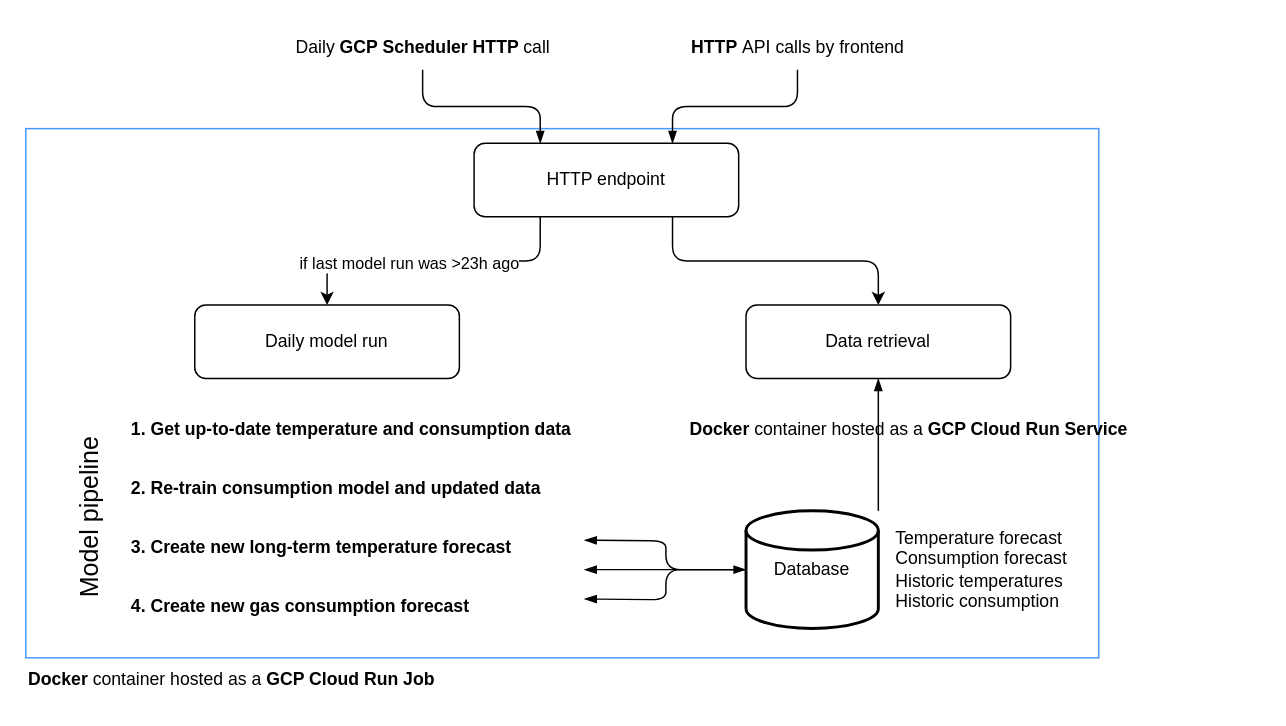
Before: diagrams/backend_architecture.drawio in f-linus/natural_gas_consumption_modelling, a draw.io diagram. Source tidied: cells renumbered, new cells numbered last; positions are measured from the earlier drawing's top-left corner, leaving out a move shared by most shapes. Both pictures are drawn from the tidied source at 147%, with x=0, y=0 at pixel (-4, 25).
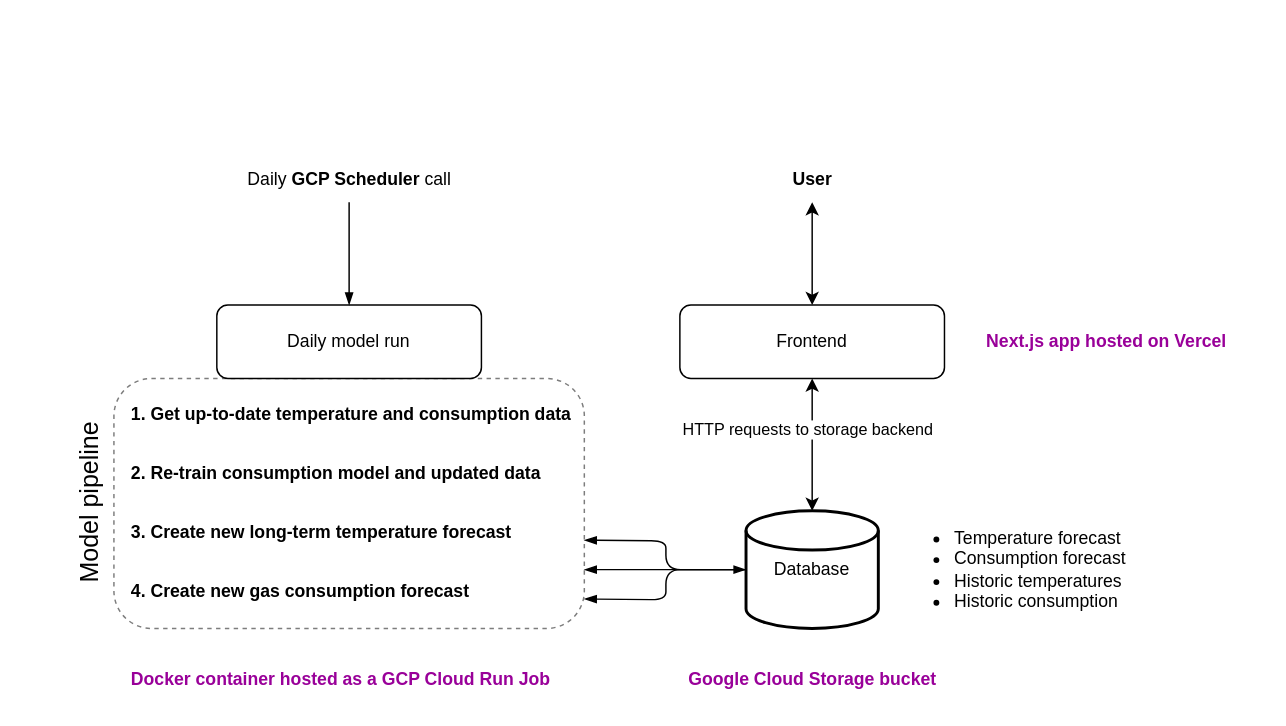
The same page after the edit.

Commit message (it also covers changes not shown here):
Updated architecture diagram

The edit, as a diff of the source:
```diff
@@
-    <mxCell id="2" style="rounded=0;whiteSpace=wrap;html=1;strokeWidth=1;fontSize=12;strokeColor=#4797FF;fillColor=none;" parent="1" vertex="1">
-      <mxGeometry x="20" y="70" width="730" height="360" as="geometry" />
-    </mxCell>
+    <mxCell id="27" style="whiteSpace=wrap;html=1;rounded=1;fontSize=11;fillColor=none;dashed=1;strokeColor=#7D7D7D;" parent="1" vertex="1">
+      <mxGeometry x="80" y="240" width="320" height="170" as="geometry" />
+    </mxCell>
     <mxCell id="3" value="&lt;font size=&quot;1&quot; style=&quot;&quot;&gt;&lt;span style=&quot;font-size: 17px;&quot;&gt;Model pipeline&lt;/span&gt;&lt;/font&gt;" style="text;html=1;align=center;verticalAlign=middle;strokeColor=none;fillColor=none;rotation=270;" parent="1" vertex="1">
-      <mxGeometry y="320" width="130" height="30" as="geometry" />
+      <mxGeometry y="310" width="130" height="30" as="geometry" />
     </mxCell>
     <mxCell id="4" value="&lt;span style=&quot;font-size: 12px;&quot;&gt;Daily model run&lt;/span&gt;" style="whiteSpace=wrap;html=1;rounded=1;fontSize=11;" parent="1" vertex="1">
-      <mxGeometry x="135" y="190" width="180" height="50" as="geometry" />
+      <mxGeometry x="150" y="190" width="180" height="50" as="geometry" />
     </mxCell>
     <mxCell id="5" value="&lt;b&gt;1. Get up-to-date temperature and consumption data&lt;/b&gt;" style="text;html=1;align=left;verticalAlign=middle;strokeColor=none;fillColor=none;fontSize=12;" parent="1" vertex="1">
-      <mxGeometry x="90" y="260" width="320" height="30" as="geometry" />
+      <mxGeometry x="90" y="250" width="320" height="30" as="geometry" />
     </mxCell>
     <mxCell id="6" value="&lt;b&gt;2. Re-train consumption model and updated data&lt;/b&gt;" style="text;html=1;align=left;verticalAlign=middle;strokeColor=none;fillColor=none;fontSize=12;" parent="1" vertex="1">
-      <mxGeometry x="90" y="300" width="300" height="30" as="geometry" />
+      <mxGeometry x="90" y="290" width="300" height="30" as="geometry" />
     </mxCell>
     <mxCell id="7" value="&lt;b&gt;3. Create new long-term temperature forecast&lt;/b&gt;" style="text;html=1;align=left;verticalAlign=middle;strokeColor=none;fillColor=none;fontSize=12;" parent="1" vertex="1">
-      <mxGeometry x="90" y="340" width="280" height="30" as="geometry" />
+      <mxGeometry x="90" y="330" width="280" height="30" as="geometry" />
     </mxCell>
     <mxCell id="8" value="&lt;b&gt;4. Create new gas consumption forecast&lt;/b&gt;" style="text;html=1;align=left;verticalAlign=middle;strokeColor=none;fillColor=none;fontSize=12;" parent="1" vertex="1">
-      <mxGeometry x="90" y="380" width="250" height="30" as="geometry" />
+      <mxGeometry x="90" y="370" width="250" height="30" as="geometry" />
     </mxCell>
+    <mxCell id="28" style="edgeStyle=orthogonalEdgeStyle;html=1;exitX=0.5;exitY=1;exitDx=0;exitDy=0;entryX=0.5;entryY=0;entryDx=0;entryDy=0;entryPerimeter=0;fontColor=#990099;startArrow=classic;startFill=1;" parent="1" edge="1" source="9" target="11">
+      <mxGeometry relative="1" as="geometry" />
+    </mxCell>
+    <mxCell id="29" value="&lt;font color=&quot;#000000&quot;&gt;HTTP requests to storage backend&lt;/font&gt;" style="edgeLabel;html=1;align=center;verticalAlign=middle;fontColor=#990099;" parent="28" vertex="1">
+      <mxGeometry x="-0.24" y="-4" relative="1" as="geometry" />
+    </mxCell>
+    <mxCell id="30" style="edgeStyle=orthogonalEdgeStyle;html=1;exitX=0.5;exitY=0;exitDx=0;exitDy=0;fontColor=#990099;startArrow=classic;startFill=1;" parent="1" edge="1" source="9" target="20">
+      <mxGeometry relative="1" as="geometry" />
+    </mxCell>
-    <mxCell id="9" value="&lt;span style=&quot;font-size: 12px;&quot;&gt;Data retrieval&lt;/span&gt;" style="whiteSpace=wrap;html=1;rounded=1;fontSize=11;strokeWidth=1;" parent="1" vertex="1">
-      <mxGeometry x="510" y="190" width="180" height="50" as="geometry" />
+    <mxCell id="9" value="&lt;span style=&quot;font-size: 12px;&quot;&gt;Frontend&lt;/span&gt;" style="whiteSpace=wrap;html=1;rounded=1;fontSize=11;strokeWidth=1;" parent="1" vertex="1">
+      <mxGeometry x="465" y="190" width="180" height="50" as="geometry" />
     </mxCell>
-    <mxCell id="10" style="group;" parent="1" vertex="1">
-      <mxGeometry x="510" y="330" width="350" height="100" as="geometry" />
-    </mxCell>
-    <mxCell id="11" value="Database" style="strokeWidth=2;html=1;shape=mxgraph.flowchart.database;whiteSpace=wrap;" parent="10" vertex="1">
-      <mxGeometry width="90" height="80" as="geometry" />
-    </mxCell>
-    <mxCell id="12" value="Temperature forecast&lt;br&gt;Consumption forecast&lt;br&gt;Historic temperatures&lt;br&gt;Historic consumption" style="text;html=1;align=left;verticalAlign=middle;strokeColor=none;fillColor=none;" parent="10" vertex="1">
-      <mxGeometry x="100" y="5" width="140" height="70" as="geometry" />
-    </mxCell>
-    <mxCell id="13" style="edgeStyle=orthogonalEdgeStyle;html=1;strokeWidth=1;fontSize=12;endSize=6;startSize=6;jumpSize=1;endArrow=blockThin;endFill=1;" parent="1" edge="1" source="11" target="9">
-      <mxGeometry relative="1" as="geometry">
-        <Array as="points">
-          <mxPoint x="600" y="280" />
-          <mxPoint x="600" y="280" />
-        </Array>
-      </mxGeometry>
-    </mxCell>
@@
-    <mxCell id="17" style="edgeStyle=orthogonalEdgeStyle;html=1;endArrow=blockThin;endFill=1;entryX=0.25;entryY=0;entryDx=0;entryDy=0;" parent="1" edge="1" source="18" target="26">
+    <mxCell id="17" style="edgeStyle=orthogonalEdgeStyle;html=1;endArrow=blockThin;endFill=1;entryX=0.5;entryY=0;entryDx=0;entryDy=0;" parent="1" edge="1" source="18" target="4">
       <mxGeometry relative="1" as="geometry" />
     </mxCell>
-    <mxCell id="18" value="Daily&lt;b&gt; GCP Scheduler HTTP &lt;/b&gt;call" style="text;html=1;align=center;verticalAlign=middle;points=[];strokeColor=none;fillColor=none;" parent="1" vertex="1">
-      <mxGeometry x="190" width="200" height="30" as="geometry" />
+    <mxCell id="18" value="Daily&lt;b&gt; GCP Scheduler &lt;/b&gt;call" style="text;html=1;align=center;verticalAlign=middle;points=[];strokeColor=none;fillColor=none;" parent="1" vertex="1">
+      <mxGeometry x="160" y="90" width="160" height="30" as="geometry" />
     </mxCell>
-    <mxCell id="19" style="edgeStyle=orthogonalEdgeStyle;html=1;endArrow=blockThin;endFill=1;entryX=0.75;entryY=0;entryDx=0;entryDy=0;" parent="1" edge="1" source="20" target="26">
-      <mxGeometry relative="1" as="geometry" />
-    </mxCell>
-    <mxCell id="20" value="&lt;b&gt;HTTP&amp;nbsp;&lt;/b&gt;API calls by frontend" style="text;html=1;align=center;verticalAlign=middle;points=[];strokeColor=none;fillColor=none;" parent="1" vertex="1">
-      <mxGeometry x="460" width="170" height="30" as="geometry" />
+    <mxCell id="20" value="&lt;b&gt;User&lt;/b&gt;" style="text;html=1;align=center;verticalAlign=middle;points=[];strokeColor=none;fillColor=none;" parent="1" vertex="1">
+      <mxGeometry x="530" y="90" width="50" height="30" as="geometry" />
     </mxCell>
-    <mxCell id="21" value="&lt;b&gt;Docker&lt;/b&gt; container hosted as a &lt;b&gt;GCP Cloud Run Job&lt;/b&gt;" style="text;html=1;strokeColor=none;fillColor=none;align=left;verticalAlign=middle;whiteSpace=wrap;rounded=0;strokeWidth=1;fontSize=12;" parent="1" vertex="1">
-      <mxGeometry x="20" y="430" width="300" height="30" as="geometry" />
+    <mxCell id="21" value="&lt;b&gt;Docker container hosted as a GCP Cloud Run Job&lt;/b&gt;" style="text;html=1;strokeColor=none;fillColor=none;align=left;verticalAlign=middle;whiteSpace=wrap;rounded=0;strokeWidth=1;fontSize=12;fontColor=#990099;" parent="1" vertex="1">
+      <mxGeometry x="90" y="430" width="300" height="30" as="geometry" />
     </mxCell>
-    <mxCell id="22" value="&lt;b&gt;Docker&lt;/b&gt; container hosted as a &lt;b&gt;GCP Cloud Run Service&lt;/b&gt;" style="text;html=1;strokeColor=none;fillColor=none;align=left;verticalAlign=middle;whiteSpace=wrap;rounded=0;strokeWidth=1;fontSize=12;" parent="1" vertex="1">
-      <mxGeometry x="470" y="260" width="330" height="30" as="geometry" />
-    </mxCell>
-    <mxCell id="23" style="edgeStyle=orthogonalEdgeStyle;html=1;exitX=0.25;exitY=1;exitDx=0;exitDy=0;entryX=0.5;entryY=0;entryDx=0;entryDy=0;" parent="1" edge="1" source="26" target="4">
-      <mxGeometry relative="1" as="geometry" />
-    </mxCell>
-    <mxCell id="24" value="if last model run was &amp;gt;23h ago" style="edgeLabel;html=1;align=center;verticalAlign=middle;" parent="23" vertex="1">
-      <mxGeometry x="0.17" y="1" relative="1" as="geometry" />
-    </mxCell>
-    <mxCell id="25" style="edgeStyle=orthogonalEdgeStyle;html=1;exitX=0.75;exitY=1;exitDx=0;exitDy=0;entryX=0.5;entryY=0;entryDx=0;entryDy=0;" parent="1" edge="1" source="26" target="9">
-      <mxGeometry relative="1" as="geometry" />
-    </mxCell>
-    <mxCell id="26" value="&lt;span style=&quot;font-size: 12px;&quot;&gt;HTTP endpoint&lt;/span&gt;" style="whiteSpace=wrap;html=1;rounded=1;fontSize=11;" parent="1" vertex="1">
-      <mxGeometry x="325" y="80" width="180" height="50" as="geometry" />
-    </mxCell>
+    <mxCell id="11" value="Database" style="strokeWidth=2;html=1;shape=mxgraph.flowchart.database;whiteSpace=wrap;" parent="1" vertex="1">
+      <mxGeometry x="510" y="330" width="90" height="80" as="geometry" />
+    </mxCell>
+    <mxCell id="12" value="&lt;ul&gt;&lt;li&gt;Temperature forecast&lt;/li&gt;&lt;li&gt;Consumption forecast&lt;/li&gt;&lt;li&gt;Historic temperatures&lt;/li&gt;&lt;li&gt;Historic consumption&lt;/li&gt;&lt;/ul&gt;" style="text;html=1;align=left;verticalAlign=middle;strokeColor=none;fillColor=none;" parent="1" vertex="1">
+      <mxGeometry x="610" y="310" width="180" height="120" as="geometry" />
+    </mxCell>
+    <mxCell id="31" value="&lt;font color=&quot;#990099&quot;&gt;&lt;b&gt;Google Cloud Storage bucket&lt;/b&gt;&lt;/font&gt;" style="text;html=1;align=center;verticalAlign=middle;strokeColor=none;fillColor=none;" parent="1" vertex="1">
+      <mxGeometry x="460" y="430" width="190" height="30" as="geometry" />
+    </mxCell>
+    <mxCell id="32" value="&lt;font color=&quot;#990099&quot;&gt;&lt;b&gt;Next.js app hosted on Vercel&lt;/b&gt;&lt;/font&gt;" style="text;html=1;align=center;verticalAlign=middle;strokeColor=none;fillColor=none;" parent="1" vertex="1">
+      <mxGeometry x="660" y="200" width="190" height="30" as="geometry" />
+    </mxCell>
```
